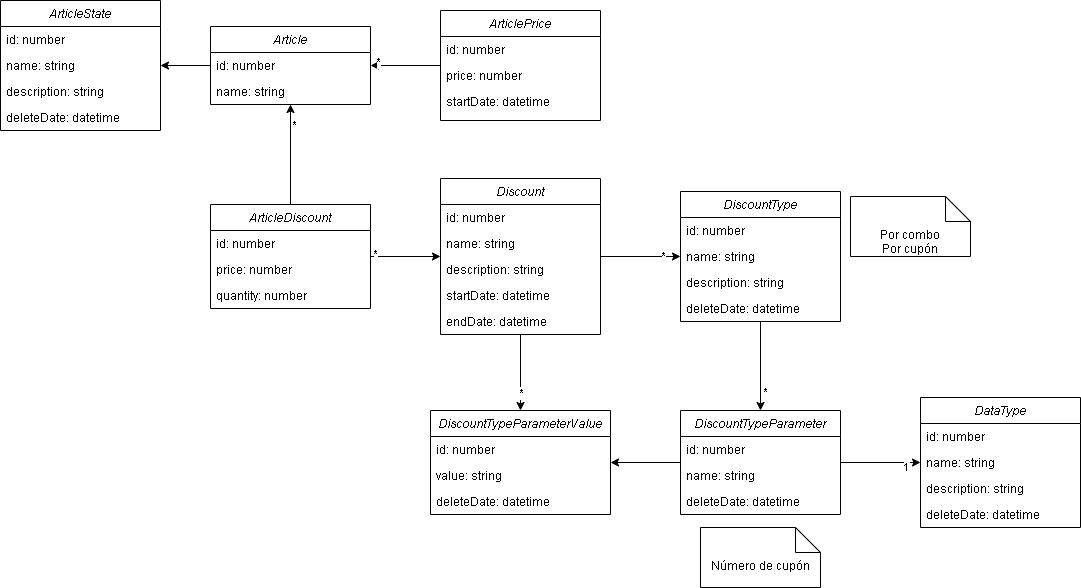
Earlier version of the draw.io export docs/diagrams/clases.png (starmickey/prices-microservice). Source tidied: cells renumbered, new cells last; positions are measured from the earlier drawing's top-left corner, leaving out a move shared by most shapes. The source it was exported from:
```xml
<mxGraphModel>
  <root>
    <mxCell id="0" />
    <mxCell id="1" value="Database" parent="0" />
    <mxCell id="2" value="Article" style="swimlane;fontStyle=2;align=center;verticalAlign=top;horizontal=1;startSize=26;rounded=0;shadow=0;strokeWidth=1;" parent="1" vertex="1">
      <mxGeometry x="210" y="26" width="160" height="78" as="geometry" />
    </mxCell>
    <mxCell id="3" value="id: number" style="text;align=left;verticalAlign=top;spacingLeft=4;spacingRight=4;overflow=hidden;" parent="2" vertex="1">
      <mxGeometry y="26" width="160" height="26" as="geometry" />
    </mxCell>
    <mxCell id="4" value="name: string" style="text;align=left;verticalAlign=top;spacingLeft=4;spacingRight=4;overflow=hidden;" parent="2" vertex="1">
      <mxGeometry y="52" width="160" height="26" as="geometry" />
    </mxCell>
    <mxCell id="5" style="edgeStyle=orthogonalEdgeStyle;rounded=0;jettySize=auto;html=1;" parent="1" edge="1" source="7" target="2">
      <mxGeometry relative="1" as="geometry" />
    </mxCell>
    <mxCell id="6" value="*" style="edgeLabel;html=1;align=center;verticalAlign=middle;" parent="5" vertex="1">
      <mxGeometry x="0.4" y="-2" relative="1" as="geometry">
        <mxPoint x="-14" y="-2" as="offset" />
      </mxGeometry>
    </mxCell>
    <mxCell id="7" value="ArticlePrice" style="swimlane;fontStyle=2;align=center;verticalAlign=top;horizontal=1;startSize=26;rounded=0;shadow=0;strokeWidth=1;" parent="1" vertex="1">
      <mxGeometry x="440" y="10" width="160" height="110" as="geometry" />
    </mxCell>
    <mxCell id="8" value="id: number" style="text;align=left;verticalAlign=top;spacingLeft=4;spacingRight=4;overflow=hidden;" parent="7" vertex="1">
      <mxGeometry y="26" width="160" height="26" as="geometry" />
    </mxCell>
    <mxCell id="9" value="price: number" style="text;align=left;verticalAlign=top;spacingLeft=4;spacingRight=4;overflow=hidden;" parent="7" vertex="1">
      <mxGeometry y="52" width="160" height="26" as="geometry" />
    </mxCell>
    <mxCell id="10" value="startDate: datetime" style="text;align=left;verticalAlign=top;spacingLeft=4;spacingRight=4;overflow=hidden;" parent="7" vertex="1">
      <mxGeometry y="78" width="160" height="26" as="geometry" />
    </mxCell>
    <mxCell id="11" style="edgeStyle=orthogonalEdgeStyle;rounded=0;jettySize=auto;html=1;" parent="1" edge="1" source="15" target="31">
      <mxGeometry relative="1" as="geometry" />
    </mxCell>
    <mxCell id="12" value="*" style="edgeLabel;html=1;align=center;verticalAlign=middle;" parent="11" vertex="1">
      <mxGeometry x="0.55" y="1" relative="1" as="geometry" />
    </mxCell>
    <mxCell id="13" style="edgeStyle=orthogonalEdgeStyle;rounded=0;jettySize=auto;html=1;" parent="1" edge="1" source="15" target="43">
      <mxGeometry relative="1" as="geometry" />
    </mxCell>
    <mxCell id="14" value="*" style="edgeLabel;html=1;align=center;verticalAlign=middle;" parent="13" vertex="1">
      <mxGeometry x="0.53" relative="1" as="geometry" />
    </mxCell>
    <mxCell id="15" value="Discount" style="swimlane;fontStyle=2;align=center;verticalAlign=top;horizontal=1;startSize=26;rounded=0;shadow=0;strokeWidth=1;" parent="1" vertex="1">
      <mxGeometry x="440" y="178" width="160" height="156" as="geometry" />
    </mxCell>
    <mxCell id="16" value="id: number" style="text;align=left;verticalAlign=top;spacingLeft=4;spacingRight=4;overflow=hidden;" parent="15" vertex="1">
      <mxGeometry y="26" width="160" height="26" as="geometry" />
    </mxCell>
    <mxCell id="17" value="name: string" style="text;align=left;verticalAlign=top;spacingLeft=4;spacingRight=4;overflow=hidden;" parent="15" vertex="1">
      <mxGeometry y="52" width="160" height="26" as="geometry" />
    </mxCell>
    <mxCell id="18" value="description: string" style="text;align=left;verticalAlign=top;spacingLeft=4;spacingRight=4;overflow=hidden;" parent="15" vertex="1">
      <mxGeometry y="78" width="160" height="26" as="geometry" />
    </mxCell>
    <mxCell id="19" value="startDate: datetime" style="text;align=left;verticalAlign=top;spacingLeft=4;spacingRight=4;overflow=hidden;" parent="15" vertex="1">
      <mxGeometry y="104" width="160" height="26" as="geometry" />
    </mxCell>
    <mxCell id="20" value="endDate: datetime" style="text;align=left;verticalAlign=top;spacingLeft=4;spacingRight=4;overflow=hidden;" parent="15" vertex="1">
      <mxGeometry y="130" width="160" height="26" as="geometry" />
    </mxCell>
    <mxCell id="21" style="edgeStyle=orthogonalEdgeStyle;rounded=0;jettySize=auto;html=1;" parent="1" edge="1" source="25" target="2">
      <mxGeometry relative="1" as="geometry" />
    </mxCell>
    <mxCell id="22" value="*" style="edgeLabel;html=1;align=center;verticalAlign=middle;" parent="21" vertex="1">
      <mxGeometry x="0.6" y="-3" relative="1" as="geometry" />
    </mxCell>
    <mxCell id="23" style="edgeStyle=orthogonalEdgeStyle;rounded=0;jettySize=auto;html=1;" parent="1" edge="1" source="25" target="15">
      <mxGeometry relative="1" as="geometry" />
    </mxCell>
    <mxCell id="24" value="*" style="edgeLabel;html=1;align=center;verticalAlign=middle;" parent="23" vertex="1">
      <mxGeometry x="0.25" y="1" relative="1" as="geometry">
        <mxPoint x="-40" y="-2" as="offset" />
      </mxGeometry>
    </mxCell>
    <mxCell id="25" value="ArticleDiscount" style="swimlane;fontStyle=2;align=center;verticalAlign=top;horizontal=1;startSize=26;rounded=0;shadow=0;strokeWidth=1;" parent="1" vertex="1">
      <mxGeometry x="210" y="204" width="160" height="104" as="geometry" />
    </mxCell>
    <mxCell id="26" value="id: number" style="text;align=left;verticalAlign=top;spacingLeft=4;spacingRight=4;overflow=hidden;" parent="25" vertex="1">
      <mxGeometry y="26" width="160" height="26" as="geometry" />
    </mxCell>
    <mxCell id="27" value="price: number" style="text;align=left;verticalAlign=top;spacingLeft=4;spacingRight=4;overflow=hidden;" parent="25" vertex="1">
      <mxGeometry y="52" width="160" height="26" as="geometry" />
    </mxCell>
    <mxCell id="28" value="quantity: number" style="text;align=left;verticalAlign=top;spacingLeft=4;spacingRight=4;overflow=hidden;" parent="25" vertex="1">
      <mxGeometry y="78" width="160" height="26" as="geometry" />
    </mxCell>
    <mxCell id="29" style="edgeStyle=orthogonalEdgeStyle;rounded=0;jettySize=auto;html=1;" parent="1" edge="1" source="31" target="39">
      <mxGeometry relative="1" as="geometry" />
    </mxCell>
    <mxCell id="30" value="*" style="edgeLabel;html=1;align=center;verticalAlign=middle;" parent="29" vertex="1">
      <mxGeometry x="0.57" y="4" relative="1" as="geometry" />
    </mxCell>
    <mxCell id="31" value="DiscountType" style="swimlane;fontStyle=2;align=center;verticalAlign=top;horizontal=1;startSize=26;rounded=0;shadow=0;strokeWidth=1;" parent="1" vertex="1">
      <mxGeometry x="680" y="191" width="160" height="130" as="geometry" />
    </mxCell>
    <mxCell id="32" value="id: number" style="text;align=left;verticalAlign=top;spacingLeft=4;spacingRight=4;overflow=hidden;" parent="31" vertex="1">
      <mxGeometry y="26" width="160" height="26" as="geometry" />
    </mxCell>
    <mxCell id="33" value="name: string" style="text;align=left;verticalAlign=top;spacingLeft=4;spacingRight=4;overflow=hidden;" parent="31" vertex="1">
      <mxGeometry y="52" width="160" height="26" as="geometry" />
    </mxCell>
    <mxCell id="34" value="description: string" style="text;align=left;verticalAlign=top;spacingLeft=4;spacingRight=4;overflow=hidden;" parent="31" vertex="1">
      <mxGeometry y="78" width="160" height="26" as="geometry" />
    </mxCell>
    <mxCell id="35" value="deleteDate: datetime" style="text;align=left;verticalAlign=top;spacingLeft=4;spacingRight=4;overflow=hidden;" parent="31" vertex="1">
      <mxGeometry y="104" width="160" height="26" as="geometry" />
    </mxCell>
    <mxCell id="36" style="edgeStyle=orthogonalEdgeStyle;rounded=0;jettySize=auto;html=1;" parent="1" edge="1" source="39" target="43">
      <mxGeometry relative="1" as="geometry" />
    </mxCell>
    <mxCell id="37" style="edgeStyle=orthogonalEdgeStyle;rounded=0;jettySize=auto;html=1;" parent="1" edge="1" source="39" target="55">
      <mxGeometry relative="1" as="geometry" />
    </mxCell>
    <mxCell id="38" value="1" style="edgeLabel;html=1;align=center;verticalAlign=middle;" parent="37" vertex="1">
      <mxGeometry x="0.62" y="-4" relative="1" as="geometry" />
    </mxCell>
    <mxCell id="39" value="DiscountTypeParameter" style="swimlane;fontStyle=2;align=center;verticalAlign=top;horizontal=1;startSize=26;rounded=0;shadow=0;strokeWidth=1;" parent="1" vertex="1">
      <mxGeometry x="680" y="410" width="160" height="104" as="geometry" />
    </mxCell>
    <mxCell id="40" value="id: number" style="text;align=left;verticalAlign=top;spacingLeft=4;spacingRight=4;overflow=hidden;" parent="39" vertex="1">
      <mxGeometry y="26" width="160" height="26" as="geometry" />
    </mxCell>
    <mxCell id="41" value="name: string" style="text;align=left;verticalAlign=top;spacingLeft=4;spacingRight=4;overflow=hidden;" parent="39" vertex="1">
      <mxGeometry y="52" width="160" height="26" as="geometry" />
    </mxCell>
    <mxCell id="42" value="deleteDate: datetime" style="text;align=left;verticalAlign=top;spacingLeft=4;spacingRight=4;overflow=hidden;" parent="39" vertex="1">
      <mxGeometry y="78" width="160" height="26" as="geometry" />
    </mxCell>
    <mxCell id="43" value="DiscountTypeParameterValue" style="swimlane;fontStyle=2;align=center;verticalAlign=top;horizontal=1;startSize=26;rounded=0;shadow=0;strokeWidth=1;" parent="1" vertex="1">
      <mxGeometry x="430" y="410" width="180" height="104" as="geometry" />
    </mxCell>
    <mxCell id="44" value="id: number" style="text;align=left;verticalAlign=top;spacingLeft=4;spacingRight=4;overflow=hidden;" parent="43" vertex="1">
      <mxGeometry y="26" width="180" height="26" as="geometry" />
    </mxCell>
    <mxCell id="45" value="value: string" style="text;align=left;verticalAlign=top;spacingLeft=4;spacingRight=4;overflow=hidden;" parent="43" vertex="1">
      <mxGeometry y="52" width="180" height="26" as="geometry" />
    </mxCell>
    <mxCell id="46" value="deleteDate: datetime" style="text;align=left;verticalAlign=top;spacingLeft=4;spacingRight=4;overflow=hidden;" parent="43" vertex="1">
      <mxGeometry y="78" width="180" height="26" as="geometry" />
    </mxCell>
    <mxCell id="47" value="Por combo&lt;div&gt;Por cupón&lt;/div&gt;" style="shape=note2;boundedLbl=1;whiteSpace=wrap;html=1;size=25;verticalAlign=top;align=center;" parent="1" vertex="1">
      <mxGeometry x="850" y="196" width="120" height="60" as="geometry" />
    </mxCell>
    <mxCell id="48" value="&lt;div&gt;Número de cupón&lt;/div&gt;" style="shape=note2;boundedLbl=1;whiteSpace=wrap;html=1;size=25;verticalAlign=top;align=center;" parent="1" vertex="1">
      <mxGeometry x="700" y="527" width="120" height="60" as="geometry" />
    </mxCell>
    <mxCell id="49" style="edgeStyle=orthogonalEdgeStyle;rounded=0;jettySize=auto;html=1;" parent="1" edge="1" source="2" target="50">
      <mxGeometry relative="1" as="geometry" />
    </mxCell>
    <mxCell id="50" value="ArticleState" style="swimlane;fontStyle=2;align=center;verticalAlign=top;horizontal=1;startSize=26;rounded=0;shadow=0;strokeWidth=1;" parent="1" vertex="1">
      <mxGeometry width="160" height="130" as="geometry" />
    </mxCell>
    <mxCell id="51" value="id: number" style="text;align=left;verticalAlign=top;spacingLeft=4;spacingRight=4;overflow=hidden;" parent="50" vertex="1">
      <mxGeometry y="26" width="160" height="26" as="geometry" />
    </mxCell>
    <mxCell id="52" value="name: string" style="text;align=left;verticalAlign=top;spacingLeft=4;spacingRight=4;overflow=hidden;" parent="50" vertex="1">
      <mxGeometry y="52" width="160" height="26" as="geometry" />
    </mxCell>
    <mxCell id="53" value="description: string" style="text;align=left;verticalAlign=top;spacingLeft=4;spacingRight=4;overflow=hidden;" parent="50" vertex="1">
      <mxGeometry y="78" width="160" height="26" as="geometry" />
    </mxCell>
    <mxCell id="54" value="deleteDate: datetime" style="text;align=left;verticalAlign=top;spacingLeft=4;spacingRight=4;overflow=hidden;" parent="50" vertex="1">
      <mxGeometry y="104" width="160" height="26" as="geometry" />
    </mxCell>
    <mxCell id="55" value="DataType" style="swimlane;fontStyle=2;align=center;verticalAlign=top;horizontal=1;startSize=26;rounded=0;shadow=0;strokeWidth=1;" parent="1" vertex="1">
      <mxGeometry x="920" y="397" width="160" height="130" as="geometry" />
    </mxCell>
    <mxCell id="56" value="id: number" style="text;align=left;verticalAlign=top;spacingLeft=4;spacingRight=4;overflow=hidden;" parent="55" vertex="1">
      <mxGeometry y="26" width="160" height="26" as="geometry" />
    </mxCell>
    <mxCell id="57" value="name: string" style="text;align=left;verticalAlign=top;spacingLeft=4;spacingRight=4;overflow=hidden;" parent="55" vertex="1">
      <mxGeometry y="52" width="160" height="26" as="geometry" />
    </mxCell>
    <mxCell id="58" value="description: string" style="text;align=left;verticalAlign=top;spacingLeft=4;spacingRight=4;overflow=hidden;" parent="55" vertex="1">
      <mxGeometry y="78" width="160" height="26" as="geometry" />
    </mxCell>
    <mxCell id="59" value="deleteDate: datetime" style="text;align=left;verticalAlign=top;spacingLeft=4;spacingRight=4;overflow=hidden;" parent="55" vertex="1">
      <mxGeometry y="104" width="160" height="26" as="geometry" />
    </mxCell>
  </root>
</mxGraphModel>
```
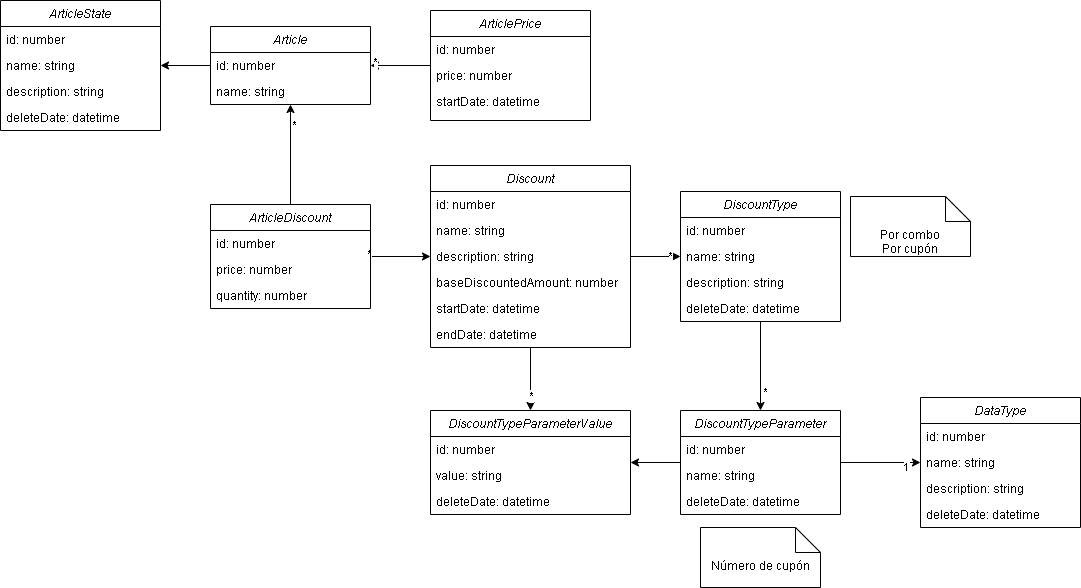
The same diagram one commit later.

Diff of the diagram source:
```diff
@@ -20,7 +20,7 @@
       </mxGeometry>
     </mxCell>
     <mxCell id="7" value="ArticlePrice" style="swimlane;fontStyle=2;align=center;verticalAlign=top;horizontal=1;startSize=26;rounded=0;shadow=0;strokeWidth=1;" parent="1" vertex="1">
-      <mxGeometry x="440" y="10" width="160" height="110" as="geometry" />
+      <mxGeometry x="430" y="10" width="160" height="110" as="geometry" />
     </mxCell>
     <mxCell id="8" value="id: number" style="text;align=left;verticalAlign=top;spacingLeft=4;spacingRight=4;overflow=hidden;" parent="7" vertex="1">
       <mxGeometry y="26" width="160" height="26" as="geometry" />
@@ -44,22 +44,25 @@
       <mxGeometry x="0.53" relative="1" as="geometry" />
     </mxCell>
     <mxCell id="15" value="Discount" style="swimlane;fontStyle=2;align=center;verticalAlign=top;horizontal=1;startSize=26;rounded=0;shadow=0;strokeWidth=1;" parent="1" vertex="1">
-      <mxGeometry x="440" y="178" width="160" height="156" as="geometry" />
+      <mxGeometry x="430" y="165" width="200" height="182" as="geometry" />
     </mxCell>
     <mxCell id="16" value="id: number" style="text;align=left;verticalAlign=top;spacingLeft=4;spacingRight=4;overflow=hidden;" parent="15" vertex="1">
-      <mxGeometry y="26" width="160" height="26" as="geometry" />
+      <mxGeometry y="26" width="200" height="26" as="geometry" />
     </mxCell>
     <mxCell id="17" value="name: string" style="text;align=left;verticalAlign=top;spacingLeft=4;spacingRight=4;overflow=hidden;" parent="15" vertex="1">
-      <mxGeometry y="52" width="160" height="26" as="geometry" />
+      <mxGeometry y="52" width="200" height="26" as="geometry" />
     </mxCell>
     <mxCell id="18" value="description: string" style="text;align=left;verticalAlign=top;spacingLeft=4;spacingRight=4;overflow=hidden;" parent="15" vertex="1">
-      <mxGeometry y="78" width="160" height="26" as="geometry" />
+      <mxGeometry y="78" width="200" height="26" as="geometry" />
     </mxCell>
+    <mxCell id="60" value="baseDiscountedAmount: number" style="text;align=left;verticalAlign=top;spacingLeft=4;spacingRight=4;overflow=hidden;" parent="15" vertex="1">
+      <mxGeometry y="104" width="200" height="26" as="geometry" />
+    </mxCell>
     <mxCell id="19" value="startDate: datetime" style="text;align=left;verticalAlign=top;spacingLeft=4;spacingRight=4;overflow=hidden;" parent="15" vertex="1">
-      <mxGeometry y="104" width="160" height="26" as="geometry" />
+      <mxGeometry y="130" width="200" height="26" as="geometry" />
     </mxCell>
     <mxCell id="20" value="endDate: datetime" style="text;align=left;verticalAlign=top;spacingLeft=4;spacingRight=4;overflow=hidden;" parent="15" vertex="1">
-      <mxGeometry y="130" width="160" height="26" as="geometry" />
+      <mxGeometry y="156" width="200" height="26" as="geometry" />
     </mxCell>
     <mxCell id="21" style="edgeStyle=orthogonalEdgeStyle;rounded=0;jettySize=auto;html=1;" parent="1" edge="1" source="25" target="2">
       <mxGeometry relative="1" as="geometry" />
@@ -130,16 +133,16 @@
       <mxGeometry y="78" width="160" height="26" as="geometry" />
     </mxCell>
     <mxCell id="43" value="DiscountTypeParameterValue" style="swimlane;fontStyle=2;align=center;verticalAlign=top;horizontal=1;startSize=26;rounded=0;shadow=0;strokeWidth=1;" parent="1" vertex="1">
-      <mxGeometry x="430" y="410" width="180" height="104" as="geometry" />
+      <mxGeometry x="430" y="410" width="200" height="104" as="geometry" />
     </mxCell>
     <mxCell id="44" value="id: number" style="text;align=left;verticalAlign=top;spacingLeft=4;spacingRight=4;overflow=hidden;" parent="43" vertex="1">
-      <mxGeometry y="26" width="180" height="26" as="geometry" />
+      <mxGeometry y="26" width="200" height="26" as="geometry" />
     </mxCell>
     <mxCell id="45" value="value: string" style="text;align=left;verticalAlign=top;spacingLeft=4;spacingRight=4;overflow=hidden;" parent="43" vertex="1">
-      <mxGeometry y="52" width="180" height="26" as="geometry" />
+      <mxGeometry y="52" width="200" height="26" as="geometry" />
     </mxCell>
     <mxCell id="46" value="deleteDate: datetime" style="text;align=left;verticalAlign=top;spacingLeft=4;spacingRight=4;overflow=hidden;" parent="43" vertex="1">
-      <mxGeometry y="78" width="180" height="26" as="geometry" />
+      <mxGeometry y="78" width="200" height="26" as="geometry" />
     </mxCell>
     <mxCell id="47" value="Por combo&lt;div&gt;Por cupón&lt;/div&gt;" style="shape=note2;boundedLbl=1;whiteSpace=wrap;html=1;size=25;verticalAlign=top;align=center;" parent="1" vertex="1">
       <mxGeometry x="850" y="196" width="120" height="60" as="geometry" />
```
